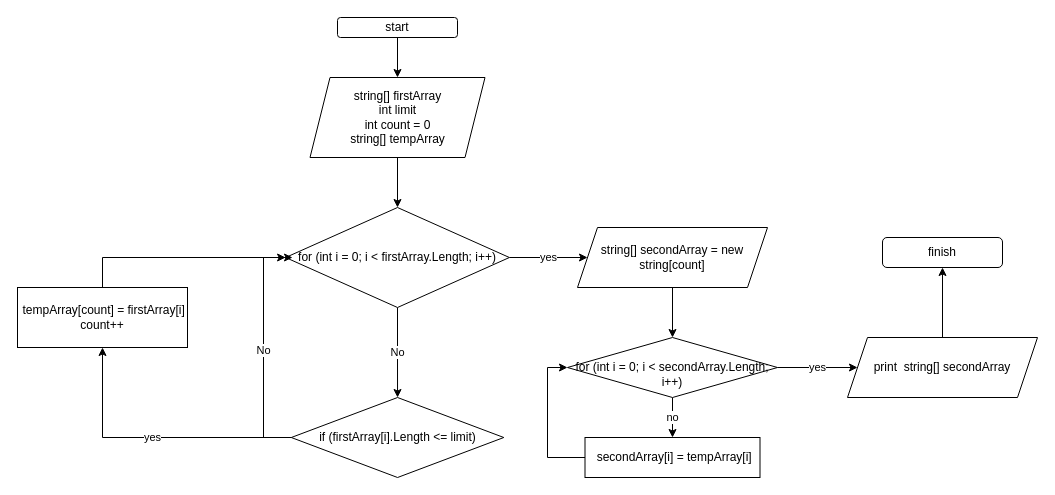
The draw.io diagram block_diagram/block_diagram.drawio in Zhuravlev84/Finish_work, before the edit. Source tidied: cells renumbered, new cells numbered last; positions are measured from the earlier drawing's top-left corner, leaving out a move shared by most shapes. Both pictures are drawn from the tidied source at 100%, with x=0, y=0 at pixel (17, 17).
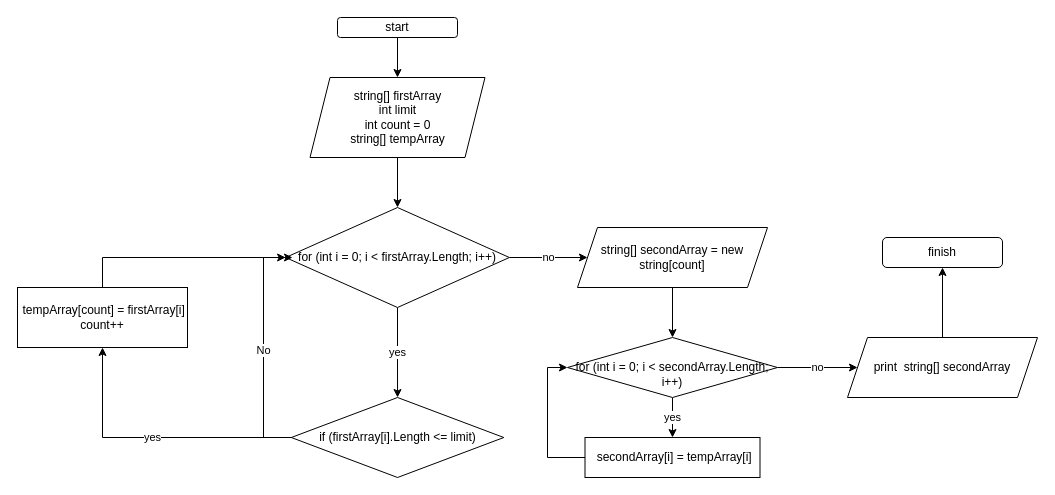
The same page after the edit.

Commit message (it also covers changes not shown here):
block_diagram_ver_2

The change refers to these unchanged cells:
```xml
<mxCell id="8" value="for (int i = 0; i &amp;lt; firstArray.Length; i++)" style="rhombus;whiteSpace=wrap;html=1;" parent="1" vertex="1">
  <mxGeometry x="268.1" y="190" width="223.8" height="100" as="geometry" />
</mxCell>
<mxCell id="11" value="if (firstArray[i].Length &amp;lt;= limit)" style="rhombus;whiteSpace=wrap;html=1;" parent="1" vertex="1">
  <mxGeometry x="273.8" y="380" width="212.5" height="80" as="geometry" />
</mxCell>
<mxCell id="15" value="string[] secondArray = new string[count]" style="shape=parallelogram;perimeter=parallelogramPerimeter;whiteSpace=wrap;html=1;fixedSize=1;" parent="1" vertex="1">
  <mxGeometry x="560" y="210" width="190" height="60" as="geometry" />
</mxCell>
<mxCell id="18" value="&lt;br&gt;for (int i = 0; i &amp;lt; secondArray.Length; i++)" style="rhombus;whiteSpace=wrap;html=1;" parent="1" vertex="1">
  <mxGeometry x="550" y="320" width="210" height="60" as="geometry" />
</mxCell>
<mxCell id="20" value="&amp;nbsp;secondArray[i] = tempArray[i]" style="rounded=0;whiteSpace=wrap;html=1;" parent="1" vertex="1">
  <mxGeometry x="567.5" y="420" width="175" height="40" as="geometry" />
</mxCell>
<mxCell id="22" value="print&amp;nbsp;&amp;nbsp;string[] secondArray" style="shape=parallelogram;perimeter=parallelogramPerimeter;whiteSpace=wrap;html=1;fixedSize=1;" parent="1" vertex="1">
  <mxGeometry x="830" y="320" width="190" height="60" as="geometry" />
</mxCell>
```

What changed in the source:
```diff
@@
-    <mxCell id="6" value="No" style="edgeStyle=orthogonalEdgeStyle;rounded=0;jettySize=auto;html=1;entryX=0.5;entryY=0;entryDx=0;entryDy=0;" parent="1" edge="1" source="8" target="11">
+    <mxCell id="6" value="yes" style="edgeStyle=orthogonalEdgeStyle;rounded=0;jettySize=auto;html=1;entryX=0.5;entryY=0;entryDx=0;entryDy=0;" parent="1" edge="1" source="8" target="11">
       <mxGeometry relative="1" as="geometry" />
     </mxCell>
-    <mxCell id="7" value="yes" style="edgeStyle=orthogonalEdgeStyle;rounded=0;jettySize=auto;html=1;" parent="1" edge="1" source="8" target="15">
+    <mxCell id="7" value="no" style="edgeStyle=orthogonalEdgeStyle;rounded=0;jettySize=auto;html=1;" parent="1" edge="1" source="8" target="15">
       <mxGeometry relative="1" as="geometry" />
     </mxCell>
@@
-    <mxCell id="16" value="no" style="edgeStyle=orthogonalEdgeStyle;rounded=0;jettySize=auto;html=1;entryX=0.5;entryY=0;entryDx=0;entryDy=0;" parent="1" edge="1" source="18" target="20">
+    <mxCell id="16" value="yes" style="edgeStyle=orthogonalEdgeStyle;rounded=0;jettySize=auto;html=1;entryX=0.5;entryY=0;entryDx=0;entryDy=0;" parent="1" edge="1" source="18" target="20">
       <mxGeometry relative="1" as="geometry" />
     </mxCell>
-    <mxCell id="17" value="yes" style="edgeStyle=orthogonalEdgeStyle;rounded=0;jettySize=auto;html=1;entryX=0;entryY=0.5;entryDx=0;entryDy=0;" parent="1" edge="1" source="18" target="22">
+    <mxCell id="17" value="no" style="edgeStyle=orthogonalEdgeStyle;rounded=0;jettySize=auto;html=1;entryX=0;entryY=0.5;entryDx=0;entryDy=0;" parent="1" edge="1" source="18" target="22">
       <mxGeometry relative="1" as="geometry" />
     </mxCell>
```
